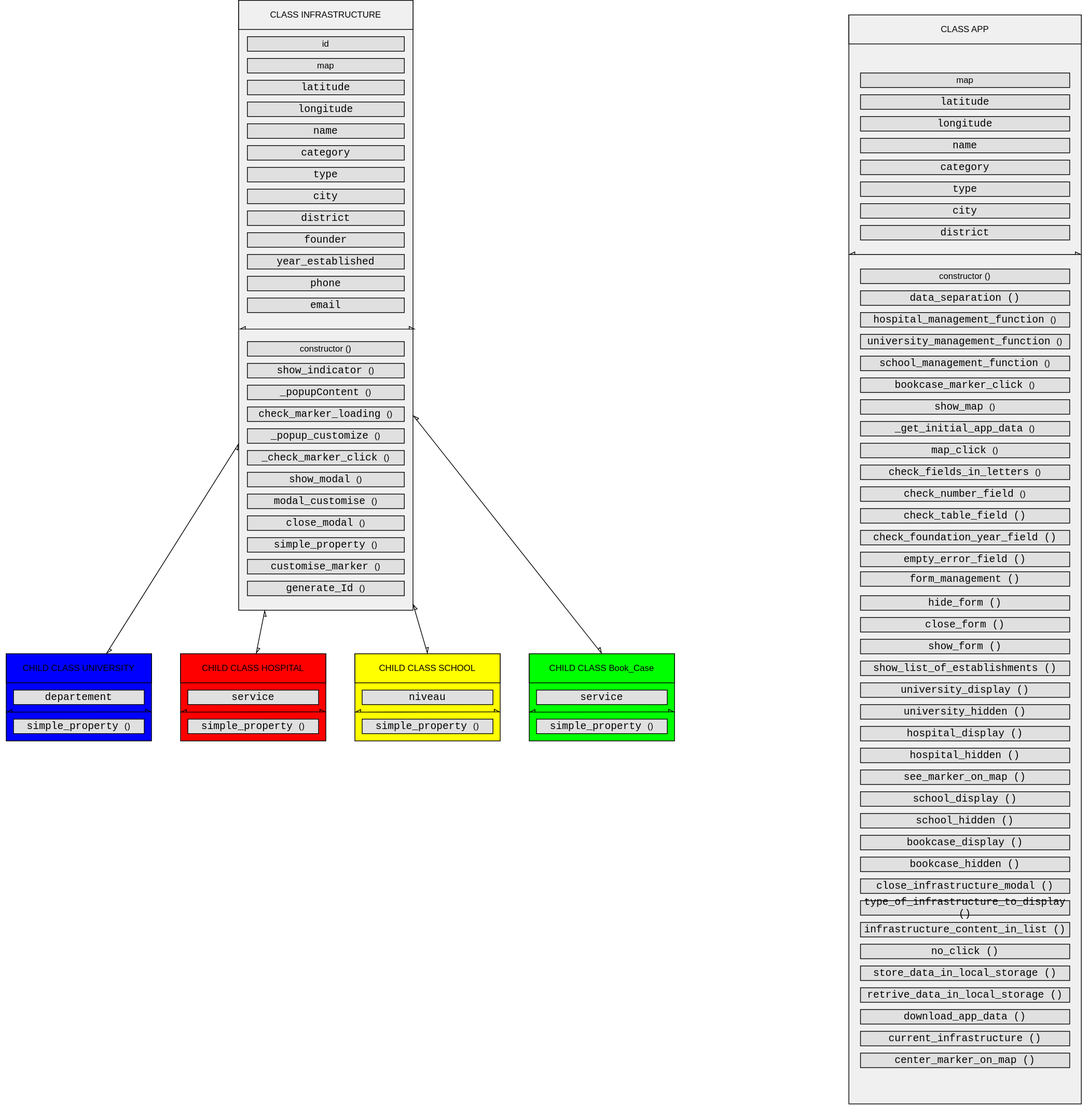
Alpha-Oumar-Diallo-Tech/mapping_project keeps this draw.io diagram as architecture.drawio.svg. Above is the earlier version. Source tidied: cells renumbered, new cells last; positions are measured from the earlier drawing's top-left corner, leaving out a move shared by most shapes.
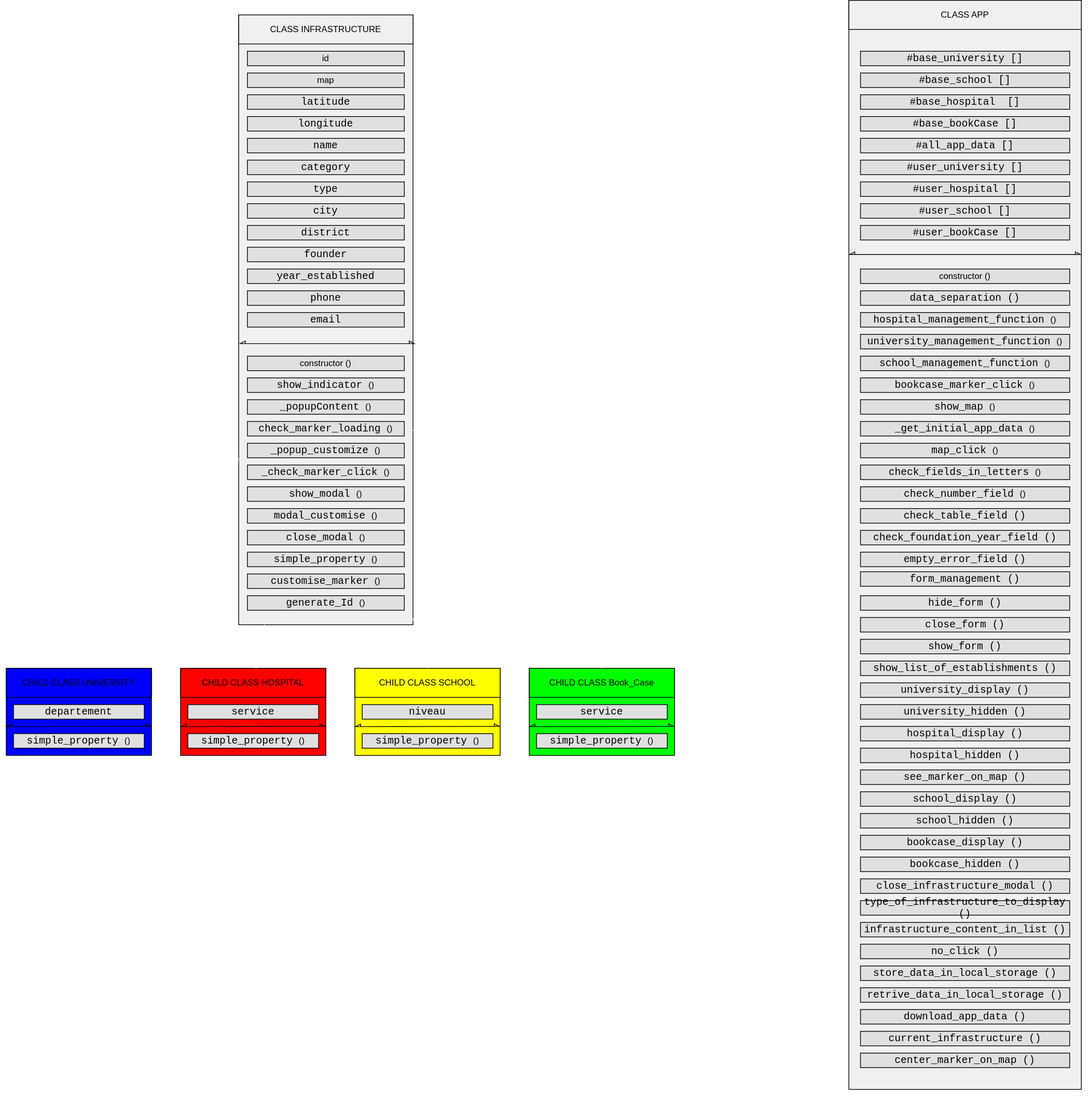
Above is the later version.

Commit message:
aod-architecture finale

What changed in the source:
```diff
@@ -89,7 +89,7 @@
     <mxCell id="30" value="&lt;span style=&quot;font-family: Consolas, &amp;quot;Courier New&amp;quot;, monospace; font-size: 14px;&quot;&gt;generate_Id&amp;nbsp;&lt;/span&gt;()" style="rounded=0;whiteSpace=wrap;html=1;shadow=0;glass=0;sketch=0;fontColor=#000000;fillColor=#E0E0E0;labelBackgroundColor=none;" parent="2" vertex="1">
       <mxGeometry x="12" y="800" width="216" height="20" as="geometry" />
     </mxCell>
-    <mxCell id="31" style="edgeStyle=none;html=1;labelBackgroundColor=#000000;strokeColor=#000000;fontColor=#000000;startArrow=async;startFill=0;endArrow=async;endFill=0;" parent="1" edge="1" source="3" target="33">
+    <mxCell id="31" style="edgeStyle=none;html=1;labelBackgroundColor=#000000;strokeColor=#FFFFFF;fontColor=#000000;startArrow=async;startFill=0;endArrow=async;endFill=0;" parent="1" edge="1" source="3" target="33">
       <mxGeometry relative="1" as="geometry" />
     </mxCell>
     <mxCell id="32" style="group;fillColor=#00FF00;" parent="1" vertex="1">
@@ -132,7 +132,7 @@
     <mxCell id="43" value="&lt;span style=&quot;font-family: Consolas, &amp;quot;Courier New&amp;quot;, monospace; font-size: 14px;&quot;&gt;simple_property&amp;nbsp;&lt;/span&gt;()" style="rounded=0;whiteSpace=wrap;html=1;shadow=0;glass=0;sketch=0;fontColor=#000000;fillColor=#E0E0E0;labelBackgroundColor=none;" parent="38" vertex="1">
       <mxGeometry x="10" y="90" width="180" height="20" as="geometry" />
     </mxCell>
-    <mxCell id="44" style="edgeStyle=none;html=1;labelBackgroundColor=#000000;strokeColor=#000000;fontColor=#000000;startArrow=async;startFill=0;endArrow=async;endFill=0;" parent="1" edge="1" source="3" target="40">
+    <mxCell id="44" style="edgeStyle=none;html=1;labelBackgroundColor=#000000;strokeColor=#FFFFFF;fontColor=#000000;startArrow=async;startFill=0;endArrow=async;endFill=0;" parent="1" edge="1" source="3" target="40">
       <mxGeometry relative="1" as="geometry" />
     </mxCell>
     <mxCell id="45" style="group;" parent="1" vertex="1">
@@ -155,7 +155,7 @@
     <mxCell id="50" value="&lt;span style=&quot;font-family: Consolas, &amp;quot;Courier New&amp;quot;, monospace; font-size: 14px;&quot;&gt;simple_property&amp;nbsp;&lt;/span&gt;()" style="rounded=0;whiteSpace=wrap;html=1;shadow=0;glass=0;sketch=0;fontColor=#000000;fillColor=#E0E0E0;labelBackgroundColor=none;" parent="45" vertex="1">
       <mxGeometry x="10" y="90" width="180" height="20" as="geometry" />
     </mxCell>
-    <mxCell id="51" style="edgeStyle=none;html=1;entryX=0.5;entryY=0;entryDx=0;entryDy=0;labelBackgroundColor=#000000;strokeColor=#000000;fontColor=#000000;startArrow=async;startFill=0;endArrow=async;endFill=0;" parent="1" edge="1" source="3" target="47">
+    <mxCell id="51" style="edgeStyle=none;html=1;entryX=0.5;entryY=0;entryDx=0;entryDy=0;labelBackgroundColor=#000000;strokeColor=#FFFFFF;fontColor=#000000;startArrow=async;startFill=0;endArrow=async;endFill=0;" parent="1" edge="1" source="3" target="47">
       <mxGeometry relative="1" as="geometry" />
     </mxCell>
     <mxCell id="52" style="group;fillColor=#00FF00;" parent="1" vertex="1">
@@ -178,40 +178,40 @@
     <mxCell id="57" value="&lt;span style=&quot;font-family: Consolas, &amp;quot;Courier New&amp;quot;, monospace; font-size: 14px;&quot;&gt;simple_property&amp;nbsp;&lt;/span&gt;()" style="rounded=0;whiteSpace=wrap;html=1;shadow=0;glass=0;sketch=0;fontColor=#000000;fillColor=#E0E0E0;labelBackgroundColor=none;" parent="52" vertex="1">
       <mxGeometry x="10" y="90" width="180" height="20" as="geometry" />
     </mxCell>
-    <mxCell id="58" style="edgeStyle=none;html=1;entryX=0.5;entryY=0;entryDx=0;entryDy=0;labelBackgroundColor=#000000;strokeColor=#000000;fontColor=#000000;startArrow=async;startFill=0;endArrow=async;endFill=0;" parent="1" edge="1" source="3" target="54">
+    <mxCell id="58" style="edgeStyle=none;html=1;entryX=0.5;entryY=0;entryDx=0;entryDy=0;labelBackgroundColor=#000000;strokeColor=#FFFFFF;fontColor=#000000;startArrow=async;startFill=0;endArrow=async;endFill=0;" parent="1" edge="1" source="3" target="54">
       <mxGeometry relative="1" as="geometry" />
     </mxCell>
     <mxCell id="59" style="group;" parent="1" vertex="1">
-      <mxGeometry x="1160" y="20" width="320" height="1500" as="geometry" />
+      <mxGeometry x="1160" width="320" height="1500" as="geometry" />
     </mxCell>
     <mxCell id="60" style="rounded=0;whiteSpace=wrap;html=1;shadow=0;glass=0;sketch=0;fillColor=#F0F0F0;strokeColor=#000000;" parent="59" vertex="1">
-      <mxGeometry width="320" height="1500" as="geometry" />
+      <mxGeometry y="-20" width="320" height="1500" as="geometry" />
     </mxCell>
     <mxCell id="61" value="CLASS APP" style="rounded=0;whiteSpace=wrap;html=1;shadow=0;glass=0;sketch=0;labelBackgroundColor=none;fillColor=#f0f0f0;fontColor=#000000;strokeColor=#000000;" parent="59" vertex="1">
-      <mxGeometry width="320" height="40" as="geometry" />
+      <mxGeometry y="-20" width="320" height="40" as="geometry" />
     </mxCell>
-    <mxCell id="62" value="map" style="rounded=0;whiteSpace=wrap;html=1;shadow=0;glass=0;sketch=0;fontColor=#000000;fillColor=#E0E0E0;labelBackgroundColor=none;" parent="59" vertex="1">
+    <mxCell id="62" value="&lt;div style=&quot;font-family: Consolas, &amp;quot;Courier New&amp;quot;, monospace; font-size: 14px; line-height: 19px;&quot;&gt;#base_school []&lt;/div&gt;" style="rounded=0;whiteSpace=wrap;html=1;shadow=0;glass=0;sketch=0;fontColor=#000000;fillColor=#E0E0E0;labelBackgroundColor=none;" parent="59" vertex="1">
       <mxGeometry x="16" y="80" width="288" height="20" as="geometry" />
     </mxCell>
-    <mxCell id="63" value="&lt;span style=&quot;font-family: Consolas, &amp;quot;Courier New&amp;quot;, monospace; font-size: 14px;&quot;&gt;latitude&lt;/span&gt;" style="rounded=0;whiteSpace=wrap;html=1;shadow=0;glass=0;sketch=0;fontColor=#000000;fillColor=#E0E0E0;labelBackgroundColor=none;" parent="59" vertex="1">
+    <mxCell id="63" value="&lt;div style=&quot;font-family: Consolas, &amp;quot;Courier New&amp;quot;, monospace; font-size: 14px; line-height: 19px;&quot;&gt;#base_hospital&amp;nbsp; []&lt;/div&gt;" style="rounded=0;whiteSpace=wrap;html=1;shadow=0;glass=0;sketch=0;fontColor=#000000;fillColor=#E0E0E0;labelBackgroundColor=none;" parent="59" vertex="1">
       <mxGeometry x="16" y="110" width="288" height="20" as="geometry" />
     </mxCell>
-    <mxCell id="64" value="&lt;span style=&quot;font-family: Consolas, &amp;quot;Courier New&amp;quot;, monospace; font-size: 14px;&quot;&gt;longitude&lt;/span&gt;" style="rounded=0;whiteSpace=wrap;html=1;shadow=0;glass=0;sketch=0;fontColor=#000000;fillColor=#E0E0E0;labelBackgroundColor=none;" parent="59" vertex="1">
+    <mxCell id="64" value="&lt;div style=&quot;font-family: Consolas, &amp;quot;Courier New&amp;quot;, monospace; font-size: 14px; line-height: 19px;&quot;&gt;#base_bookCase []&lt;/div&gt;" style="rounded=0;whiteSpace=wrap;html=1;shadow=0;glass=0;sketch=0;fontColor=#000000;fillColor=#E0E0E0;labelBackgroundColor=none;" parent="59" vertex="1">
       <mxGeometry x="16" y="140" width="288" height="20" as="geometry" />
     </mxCell>
-    <mxCell id="65" value="&lt;span style=&quot;font-family: Consolas, &amp;quot;Courier New&amp;quot;, monospace; font-size: 14px;&quot;&gt;name&lt;/span&gt;" style="rounded=0;whiteSpace=wrap;html=1;shadow=0;glass=0;sketch=0;fontColor=#000000;fillColor=#E0E0E0;labelBackgroundColor=none;" parent="59" vertex="1">
+    <mxCell id="65" value="&lt;div style=&quot;font-family: Consolas, &amp;quot;Courier New&amp;quot;, monospace; font-size: 14px; line-height: 19px;&quot;&gt;#all_app_data []&lt;/div&gt;" style="rounded=0;whiteSpace=wrap;html=1;shadow=0;glass=0;sketch=0;fontColor=#000000;fillColor=#E0E0E0;labelBackgroundColor=none;" parent="59" vertex="1">
       <mxGeometry x="16" y="170" width="288" height="20" as="geometry" />
     </mxCell>
-    <mxCell id="66" value="&lt;span style=&quot;font-family: Consolas, &amp;quot;Courier New&amp;quot;, monospace; font-size: 14px;&quot;&gt;category&lt;/span&gt;" style="rounded=0;whiteSpace=wrap;html=1;shadow=0;glass=0;sketch=0;fontColor=#000000;fillColor=#E0E0E0;labelBackgroundColor=none;" parent="59" vertex="1">
+    <mxCell id="66" value="&lt;div style=&quot;font-family: Consolas, &amp;quot;Courier New&amp;quot;, monospace; font-size: 14px; line-height: 19px;&quot;&gt;#user_university []&lt;/div&gt;" style="rounded=0;whiteSpace=wrap;html=1;shadow=0;glass=0;sketch=0;fontColor=#000000;fillColor=#E0E0E0;labelBackgroundColor=none;" parent="59" vertex="1">
       <mxGeometry x="16" y="200" width="288" height="20" as="geometry" />
     </mxCell>
-    <mxCell id="67" value="&lt;span style=&quot;font-family: Consolas, &amp;quot;Courier New&amp;quot;, monospace; font-size: 14px;&quot;&gt;type&lt;/span&gt;" style="rounded=0;whiteSpace=wrap;html=1;shadow=0;glass=0;sketch=0;fontColor=#000000;fillColor=#E0E0E0;labelBackgroundColor=none;" parent="59" vertex="1">
+    <mxCell id="67" value="&lt;div style=&quot;font-family: Consolas, &amp;quot;Courier New&amp;quot;, monospace; font-size: 14px; line-height: 19px;&quot;&gt;#user_hospital []&lt;/div&gt;" style="rounded=0;whiteSpace=wrap;html=1;shadow=0;glass=0;sketch=0;fontColor=#000000;fillColor=#E0E0E0;labelBackgroundColor=none;" parent="59" vertex="1">
       <mxGeometry x="16" y="230" width="288" height="20" as="geometry" />
     </mxCell>
-    <mxCell id="68" value="&lt;span style=&quot;font-family: Consolas, &amp;quot;Courier New&amp;quot;, monospace; font-size: 14px;&quot;&gt;city&lt;/span&gt;" style="rounded=0;whiteSpace=wrap;html=1;shadow=0;glass=0;sketch=0;fontColor=#000000;fillColor=#E0E0E0;labelBackgroundColor=none;" parent="59" vertex="1">
+    <mxCell id="68" value="&lt;div style=&quot;font-family: Consolas, &amp;quot;Courier New&amp;quot;, monospace; font-size: 14px; line-height: 19px;&quot;&gt;#user_school []&lt;/div&gt;" style="rounded=0;whiteSpace=wrap;html=1;shadow=0;glass=0;sketch=0;fontColor=#000000;fillColor=#E0E0E0;labelBackgroundColor=none;" parent="59" vertex="1">
       <mxGeometry x="16" y="260" width="288" height="20" as="geometry" />
     </mxCell>
-    <mxCell id="69" value="&lt;span style=&quot;font-family: Consolas, &amp;quot;Courier New&amp;quot;, monospace; font-size: 14px;&quot;&gt;district&lt;/span&gt;" style="rounded=0;whiteSpace=wrap;html=1;shadow=0;glass=0;sketch=0;fontColor=#000000;fillColor=#E0E0E0;labelBackgroundColor=none;" parent="59" vertex="1">
+    <mxCell id="69" value="&lt;div style=&quot;font-family: Consolas, &amp;quot;Courier New&amp;quot;, monospace; font-size: 14px; line-height: 19px;&quot;&gt;#user_bookCase []&lt;/div&gt;" style="rounded=0;whiteSpace=wrap;html=1;shadow=0;glass=0;sketch=0;fontColor=#000000;fillColor=#E0E0E0;labelBackgroundColor=none;" parent="59" vertex="1">
       <mxGeometry x="16" y="290" width="288" height="20" as="geometry" />
     </mxCell>
     <mxCell id="70" style="endArrow=async;startArrow=async;html=1;fontColor=#000000;endFill=0;startFill=0;labelBackgroundColor=#000000;strokeColor=#000000;" parent="59" edge="1">
@@ -334,5 +334,8 @@
     <mxCell id="107" value="&lt;span style=&quot;font-family: Consolas, &amp;quot;Courier New&amp;quot;, monospace; font-size: 14px;&quot;&gt;center_marker_on_map&lt;/span&gt;&lt;font style=&quot;&quot; face=&quot;Consolas, Courier New, monospace&quot;&gt;&lt;span style=&quot;font-size: 14px;&quot;&gt;()&lt;/span&gt;&lt;/font&gt;" style="rounded=0;whiteSpace=wrap;html=1;shadow=0;glass=0;sketch=0;fontColor=#000000;fillColor=#E0E0E0;labelBackgroundColor=none;" parent="59" vertex="1">
       <mxGeometry x="16" y="1430" width="288" height="20" as="geometry" />
     </mxCell>
+    <mxCell id="108" value="&lt;div style=&quot;font-family: Consolas, &amp;quot;Courier New&amp;quot;, monospace; font-size: 14px; line-height: 19px;&quot;&gt;#base_university []&lt;/div&gt;" style="rounded=0;whiteSpace=wrap;html=1;shadow=0;glass=0;sketch=0;fontColor=#000000;fillColor=#E0E0E0;labelBackgroundColor=none;" parent="59" vertex="1">
+      <mxGeometry x="16" y="50" width="288" height="20" as="geometry" />
+    </mxCell>
   </root>
 </mxGraphModel>
```
